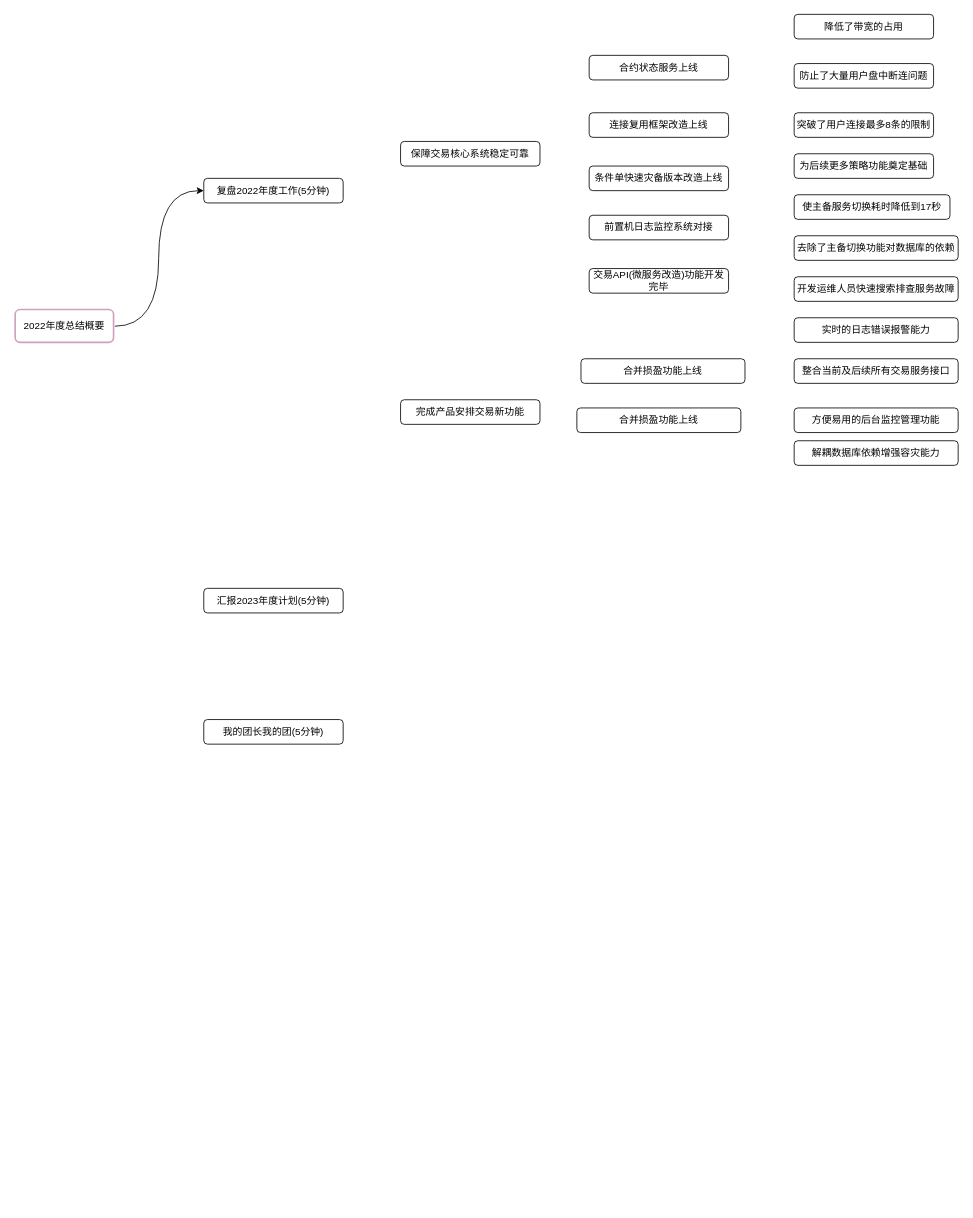
Before: page "第 2 页" (2 of 2) of Untitled Diagram.drawio in niumuguang/niumuguang.github.io, a draw.io diagram. Source tidied: cells renumbered, new cells numbered last; positions are measured from the earlier drawing's top-left corner, leaving out a move shared by most shapes. Both pictures are drawn from the tidied source at 82%, with x=0, y=0 at pixel (15, 14).
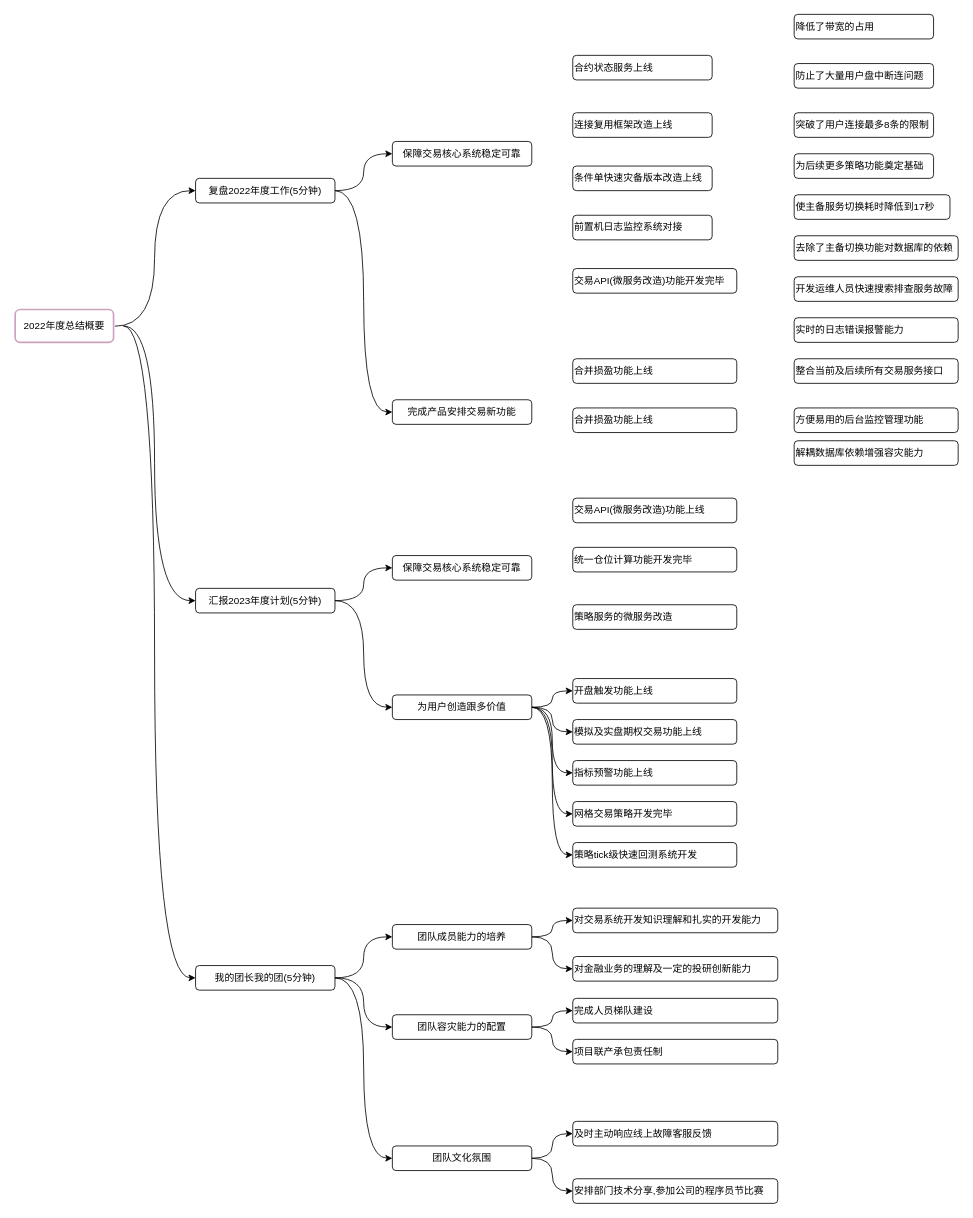
After the change.

The change refers to these unchanged cells:
```xml
<mxCell id="3" value="2022年度总结概要" style="rounded=1;whiteSpace=wrap;html=1;strokeWidth=2;strokeColor=#CDA2BE;gradientColor=none;gradientDirection=radial;glass=0;shadow=0;sketch=0;perimeterSpacing=12;" parent="1" vertex="1">
  <mxGeometry y="360" width="120" height="40" as="geometry" />
</mxCell>
```

Diff of the diagram source:
```diff
@@
+    <mxCell id="27" style="edgeStyle=orthogonalEdgeStyle;curved=1;rounded=0;jettySize=auto;html=1;entryX=0;entryY=0.5;entryDx=0;entryDy=0;fontFamily=Comic Sans MS;" parent="1" edge="1" source="3" target="5">
+      <mxGeometry relative="1" as="geometry" />
+    </mxCell>
+    <mxCell id="28" style="edgeStyle=orthogonalEdgeStyle;curved=1;rounded=0;jettySize=auto;html=1;entryX=0;entryY=0.5;entryDx=0;entryDy=0;fontFamily=Comic Sans MS;" parent="1" edge="1" source="3" target="6">
+      <mxGeometry relative="1" as="geometry" />
+    </mxCell>
@@
+    <mxCell id="29" style="edgeStyle=orthogonalEdgeStyle;curved=1;rounded=0;jettySize=auto;html=1;entryX=0;entryY=0.5;entryDx=0;entryDy=0;fontFamily=Comic Sans MS;" parent="1" edge="1" source="4" target="7">
+      <mxGeometry relative="1" as="geometry" />
+    </mxCell>
+    <mxCell id="30" style="edgeStyle=orthogonalEdgeStyle;curved=1;rounded=0;jettySize=auto;html=1;entryX=0;entryY=0.5;entryDx=0;entryDy=0;fontFamily=Comic Sans MS;" parent="1" edge="1" source="4" target="8">
+      <mxGeometry relative="1" as="geometry" />
+    </mxCell>
-    <mxCell id="4" value="复盘2022年度工作(5分钟)" style="rounded=1;whiteSpace=wrap;html=1;" parent="1" vertex="1">
-      <mxGeometry x="230" y="200" width="170" height="30" as="geometry" />
+    <mxCell id="4" value="复盘2022年度工作(5分钟)" style="rounded=1;whiteSpace=wrap;html=1;strokeColor=default;" parent="1" vertex="1">
+      <mxGeometry x="220" y="200" width="170" height="30" as="geometry" />
     </mxCell>
+    <mxCell id="31" style="edgeStyle=orthogonalEdgeStyle;curved=1;rounded=0;jettySize=auto;html=1;entryX=0;entryY=0.5;entryDx=0;entryDy=0;fontFamily=Comic Sans MS;" parent="1" edge="1" source="5" target="36">
+      <mxGeometry relative="1" as="geometry" />
+    </mxCell>
+    <mxCell id="32" style="edgeStyle=orthogonalEdgeStyle;curved=1;rounded=0;jettySize=auto;html=1;entryX=0;entryY=0.5;entryDx=0;entryDy=0;fontFamily=Comic Sans MS;" parent="1" edge="1" source="5" target="42">
+      <mxGeometry relative="1" as="geometry" />
+    </mxCell>
-    <mxCell id="5" value="汇报2023年度计划(5分钟)" style="rounded=1;whiteSpace=wrap;html=1;" parent="1" vertex="1">
-      <mxGeometry x="230" y="700" width="170" height="30" as="geometry" />
+    <mxCell id="5" value="汇报2023年度计划(5分钟)" style="rounded=1;whiteSpace=wrap;html=1;strokeColor=default;" parent="1" vertex="1">
+      <mxGeometry x="220" y="700" width="170" height="30" as="geometry" />
     </mxCell>
+    <mxCell id="33" style="edgeStyle=orthogonalEdgeStyle;curved=1;rounded=0;jettySize=auto;html=1;entryX=0;entryY=0.5;entryDx=0;entryDy=0;fontFamily=Comic Sans MS;" parent="1" edge="1" source="6" target="53">
+      <mxGeometry relative="1" as="geometry" />
+    </mxCell>
+    <mxCell id="34" style="edgeStyle=orthogonalEdgeStyle;curved=1;rounded=0;jettySize=auto;html=1;entryX=0;entryY=0.5;entryDx=0;entryDy=0;fontFamily=Comic Sans MS;" parent="1" edge="1" source="6" target="56">
+      <mxGeometry relative="1" as="geometry" />
+    </mxCell>
+    <mxCell id="35" style="edgeStyle=orthogonalEdgeStyle;curved=1;rounded=0;jettySize=auto;html=1;entryX=0;entryY=0.5;entryDx=0;entryDy=0;fontFamily=Comic Sans MS;" parent="1" edge="1" source="6" target="59">
+      <mxGeometry relative="1" as="geometry" />
+    </mxCell>
-    <mxCell id="6" value="我的团长我的团(5分钟)" style="rounded=1;whiteSpace=wrap;html=1;" parent="1" vertex="1">
-      <mxGeometry x="230" y="860" width="170" height="30" as="geometry" />
+    <mxCell id="6" value="我的团长我的团(5分钟)" style="rounded=1;whiteSpace=wrap;html=1;strokeColor=default;" parent="1" vertex="1">
+      <mxGeometry x="220" y="1160" width="170" height="30" as="geometry" />
     </mxCell>
-    <mxCell id="7" value="保障交易核心系统稳定可靠" style="rounded=1;whiteSpace=wrap;html=1;" parent="1" vertex="1">
-      <mxGeometry x="470" y="155" width="170" height="30" as="geometry" />
+    <mxCell id="7" value="保障交易核心系统稳定可靠" style="rounded=1;whiteSpace=wrap;html=1;strokeColor=default;" parent="1" vertex="1">
+      <mxGeometry x="460" y="155" width="170" height="30" as="geometry" />
     </mxCell>
-    <mxCell id="8" value="完成产品安排交易新功能" style="rounded=1;whiteSpace=wrap;html=1;" parent="1" vertex="1">
-      <mxGeometry x="470" y="470" width="170" height="30" as="geometry" />
+    <mxCell id="8" value="完成产品安排交易新功能" style="rounded=1;whiteSpace=wrap;html=1;strokeColor=default;" parent="1" vertex="1">
+      <mxGeometry x="460" y="470" width="170" height="30" as="geometry" />
     </mxCell>
-    <mxCell id="9" value="合约状态服务上线" style="rounded=1;whiteSpace=wrap;html=1;" parent="1" vertex="1">
-      <mxGeometry x="700" y="50" width="170" height="30" as="geometry" />
+    <mxCell id="9" value="合约状态服务上线" style="rounded=1;whiteSpace=wrap;html=1;align=left;strokeColor=default;" parent="1" vertex="1">
+      <mxGeometry x="680" y="50" width="170" height="30" as="geometry" />
     </mxCell>
-    <mxCell id="10" value="连接复用框架改造上线" style="rounded=1;whiteSpace=wrap;html=1;" parent="1" vertex="1">
-      <mxGeometry x="700" y="120" width="170" height="30" as="geometry" />
+    <mxCell id="10" value="连接复用框架改造上线" style="rounded=1;whiteSpace=wrap;html=1;align=left;strokeColor=default;" parent="1" vertex="1">
+      <mxGeometry x="680" y="120" width="170" height="30" as="geometry" />
     </mxCell>
-    <mxCell id="11" value="条件单快速灾备版本改造上线" style="rounded=1;whiteSpace=wrap;html=1;" parent="1" vertex="1">
-      <mxGeometry x="700" y="185" width="170" height="30" as="geometry" />
+    <mxCell id="11" value="条件单快速灾备版本改造上线" style="rounded=1;whiteSpace=wrap;html=1;align=left;strokeColor=default;" parent="1" vertex="1">
+      <mxGeometry x="680" y="185" width="170" height="30" as="geometry" />
     </mxCell>
-    <mxCell id="12" value="前置机日志监控系统对接" style="rounded=1;whiteSpace=wrap;html=1;" parent="1" vertex="1">
-      <mxGeometry x="700" y="245" width="170" height="30" as="geometry" />
+    <mxCell id="12" value="前置机日志监控系统对接" style="rounded=1;whiteSpace=wrap;html=1;align=left;strokeColor=default;" parent="1" vertex="1">
+      <mxGeometry x="680" y="245" width="170" height="30" as="geometry" />
     </mxCell>
-    <mxCell id="13" value="交易API(微服务改造)功能开发完毕" style="rounded=1;whiteSpace=wrap;html=1;" parent="1" vertex="1">
-      <mxGeometry x="700" y="310" width="170" height="30" as="geometry" />
+    <mxCell id="13" value="交易API(微服务改造)功能开发完毕" style="rounded=1;whiteSpace=wrap;html=1;align=left;strokeColor=default;" parent="1" vertex="1">
+      <mxGeometry x="680" y="310" width="200" height="30" as="geometry" />
     </mxCell>
-    <mxCell id="14" value="降低了带宽的占用" style="rounded=1;whiteSpace=wrap;html=1;" parent="1" vertex="1">
+    <mxCell id="14" value="降低了带宽的占用" style="rounded=1;whiteSpace=wrap;html=1;align=left;strokeColor=default;" parent="1" vertex="1">
       <mxGeometry x="950" width="170" height="30" as="geometry" />
     </mxCell>
-    <mxCell id="15" value="防止了大量用户盘中断连问题" style="rounded=1;whiteSpace=wrap;html=1;" parent="1" vertex="1">
+    <mxCell id="15" value="防止了大量用户盘中断连问题" style="rounded=1;whiteSpace=wrap;html=1;align=left;strokeColor=default;" parent="1" vertex="1">
       <mxGeometry x="950" y="60" width="170" height="30" as="geometry" />
     </mxCell>
-    <mxCell id="16" value="突破了用户连接最多8条的限制" style="rounded=1;whiteSpace=wrap;html=1;" parent="1" vertex="1">
+    <mxCell id="16" value="突破了用户连接最多8条的限制" style="rounded=1;whiteSpace=wrap;html=1;align=left;strokeColor=default;" parent="1" vertex="1">
       <mxGeometry x="950" y="120" width="170" height="30" as="geometry" />
     </mxCell>
-    <mxCell id="17" value="为后续更多策略功能奠定基础" style="rounded=1;whiteSpace=wrap;html=1;" parent="1" vertex="1">
+    <mxCell id="17" value="为后续更多策略功能奠定基础" style="rounded=1;whiteSpace=wrap;html=1;align=left;strokeColor=default;" parent="1" vertex="1">
       <mxGeometry x="950" y="170" width="170" height="30" as="geometry" />
     </mxCell>
-    <mxCell id="18" value="使主备服务切换耗时降低到17秒" style="rounded=1;whiteSpace=wrap;html=1;" parent="1" vertex="1">
+    <mxCell id="18" value="使主备服务切换耗时降低到17秒" style="rounded=1;whiteSpace=wrap;html=1;align=left;strokeColor=default;" parent="1" vertex="1">
       <mxGeometry x="950" y="220" width="190" height="30" as="geometry" />
     </mxCell>
-    <mxCell id="19" value="去除了主备切换功能对数据库的依赖" style="rounded=1;whiteSpace=wrap;html=1;" parent="1" vertex="1">
+    <mxCell id="19" value="去除了主备切换功能对数据库的依赖" style="rounded=1;whiteSpace=wrap;html=1;align=left;strokeColor=default;" parent="1" vertex="1">
       <mxGeometry x="950" y="270" width="200" height="30" as="geometry" />
     </mxCell>
-    <mxCell id="20" value="开发运维人员快速搜索排查服务故障" style="rounded=1;whiteSpace=wrap;html=1;" parent="1" vertex="1">
+    <mxCell id="20" value="开发运维人员快速搜索排查服务故障" style="rounded=1;whiteSpace=wrap;html=1;align=left;strokeColor=default;" parent="1" vertex="1">
       <mxGeometry x="950" y="320" width="200" height="30" as="geometry" />
     </mxCell>
-    <mxCell id="21" value="实时的日志错误报警能力" style="rounded=1;whiteSpace=wrap;html=1;" parent="1" vertex="1">
+    <mxCell id="21" value="实时的日志错误报警能力" style="rounded=1;whiteSpace=wrap;html=1;align=left;strokeColor=default;" parent="1" vertex="1">
       <mxGeometry x="950" y="370" width="200" height="30" as="geometry" />
     </mxCell>
-    <mxCell id="22" value="整合当前及后续所有交易服务接口" style="rounded=1;whiteSpace=wrap;html=1;" parent="1" vertex="1">
+    <mxCell id="22" value="整合当前及后续所有交易服务接口" style="rounded=1;whiteSpace=wrap;html=1;align=left;strokeColor=default;" parent="1" vertex="1">
       <mxGeometry x="950" y="420" width="200" height="30" as="geometry" />
     </mxCell>
-    <mxCell id="23" value="方便易用的后台监控管理功能" style="rounded=1;whiteSpace=wrap;html=1;" parent="1" vertex="1">
+    <mxCell id="23" value="方便易用的后台监控管理功能" style="rounded=1;whiteSpace=wrap;html=1;align=left;strokeColor=default;" parent="1" vertex="1">
       <mxGeometry x="950" y="480" width="200" height="30" as="geometry" />
     </mxCell>
-    <mxCell id="24" value="解耦数据库依赖增强容灾能力" style="rounded=1;whiteSpace=wrap;html=1;" parent="1" vertex="1">
+    <mxCell id="24" value="解耦数据库依赖增强容灾能力" style="rounded=1;whiteSpace=wrap;html=1;align=left;strokeColor=default;" parent="1" vertex="1">
       <mxGeometry x="950" y="520" width="200" height="30" as="geometry" />
     </mxCell>
-    <mxCell id="25" value="合并损盈功能上线" style="rounded=1;whiteSpace=wrap;html=1;" parent="1" vertex="1">
-      <mxGeometry x="690" y="420" width="200" height="30" as="geometry" />
+    <mxCell id="25" value="合并损盈功能上线" style="rounded=1;whiteSpace=wrap;html=1;align=left;strokeColor=default;" parent="1" vertex="1">
+      <mxGeometry x="680" y="420" width="200" height="30" as="geometry" />
     </mxCell>
-    <mxCell id="26" value="合并损盈功能上线" style="rounded=1;whiteSpace=wrap;html=1;" parent="1" vertex="1">
-      <mxGeometry x="685" y="480" width="200" height="30" as="geometry" />
+    <mxCell id="26" value="合并损盈功能上线" style="rounded=1;whiteSpace=wrap;html=1;align=left;strokeColor=default;" parent="1" vertex="1">
+      <mxGeometry x="680" y="480" width="200" height="30" as="geometry" />
     </mxCell>
+    <mxCell id="36" value="保障交易核心系统稳定可靠" style="rounded=1;whiteSpace=wrap;html=1;strokeColor=default;" parent="1" vertex="1">
+      <mxGeometry x="460" y="660" width="170" height="30" as="geometry" />
+    </mxCell>
+    <mxCell id="37" style="edgeStyle=orthogonalEdgeStyle;curved=1;rounded=0;jettySize=auto;html=1;entryX=0;entryY=0.5;entryDx=0;entryDy=0;fontFamily=Comic Sans MS;" parent="1" edge="1" source="42" target="46">
+      <mxGeometry relative="1" as="geometry" />
+    </mxCell>
+    <mxCell id="38" style="edgeStyle=orthogonalEdgeStyle;curved=1;rounded=0;jettySize=auto;html=1;entryX=0;entryY=0.5;entryDx=0;entryDy=0;fontFamily=Comic Sans MS;" parent="1" edge="1" source="42" target="47">
+      <mxGeometry relative="1" as="geometry" />
+    </mxCell>
+    <mxCell id="39" style="edgeStyle=orthogonalEdgeStyle;curved=1;rounded=0;jettySize=auto;html=1;entryX=0;entryY=0.5;entryDx=0;entryDy=0;fontFamily=Comic Sans MS;" parent="1" edge="1" source="42" target="48">
+      <mxGeometry relative="1" as="geometry" />
+    </mxCell>
+    <mxCell id="40" style="edgeStyle=orthogonalEdgeStyle;curved=1;rounded=0;jettySize=auto;html=1;entryX=0;entryY=0.5;entryDx=0;entryDy=0;fontFamily=Comic Sans MS;" parent="1" edge="1" source="42" target="49">
+      <mxGeometry relative="1" as="geometry" />
+    </mxCell>
+    <mxCell id="41" style="edgeStyle=orthogonalEdgeStyle;curved=1;rounded=0;jettySize=auto;html=1;entryX=0;entryY=0.5;entryDx=0;entryDy=0;fontFamily=Comic Sans MS;" parent="1" edge="1" source="42" target="50">
+      <mxGeometry relative="1" as="geometry" />
+    </mxCell>
+    <mxCell id="42" value="为用户创造跟多价值" style="rounded=1;whiteSpace=wrap;html=1;strokeColor=default;" parent="1" vertex="1">
+      <mxGeometry x="460" y="830" width="170" height="30" as="geometry" />
+    </mxCell>
+    <mxCell id="43" value="交易API(微服务改造)功能上线" style="rounded=1;whiteSpace=wrap;html=1;align=left;strokeColor=default;" parent="1" vertex="1">
+      <mxGeometry x="680" y="590" width="200" height="30" as="geometry" />
+    </mxCell>
+    <mxCell id="44" value="统一仓位计算功能开发完毕" style="rounded=1;whiteSpace=wrap;html=1;align=left;strokeColor=default;" parent="1" vertex="1">
+      <mxGeometry x="680" y="650" width="200" height="30" as="geometry" />
+    </mxCell>
+    <mxCell id="45" value="策略服务的微服务改造" style="rounded=1;whiteSpace=wrap;html=1;align=left;strokeColor=default;" parent="1" vertex="1">
+      <mxGeometry x="680" y="720" width="200" height="30" as="geometry" />
+    </mxCell>
+    <mxCell id="46" value="开盘触发功能上线" style="rounded=1;whiteSpace=wrap;html=1;align=left;strokeColor=default;" parent="1" vertex="1">
+      <mxGeometry x="680" y="810" width="200" height="30" as="geometry" />
+    </mxCell>
+    <mxCell id="47" value="模拟及实盘期权交易功能上线" style="rounded=1;whiteSpace=wrap;html=1;align=left;strokeColor=default;" parent="1" vertex="1">
+      <mxGeometry x="680" y="860" width="200" height="30" as="geometry" />
+    </mxCell>
+    <mxCell id="48" value="指标预警功能上线" style="rounded=1;whiteSpace=wrap;html=1;align=left;strokeColor=default;" parent="1" vertex="1">
+      <mxGeometry x="680" y="910" width="200" height="30" as="geometry" />
+    </mxCell>
+    <mxCell id="49" value="网格交易策略开发完毕" style="rounded=1;whiteSpace=wrap;html=1;align=left;strokeColor=default;" parent="1" vertex="1">
+      <mxGeometry x="680" y="960" width="200" height="30" as="geometry" />
+    </mxCell>
+    <mxCell id="50" value="策略tick级快速回测系统开发" style="rounded=1;whiteSpace=wrap;html=1;align=left;strokeColor=default;" parent="1" vertex="1">
+      <mxGeometry x="680" y="1010" width="200" height="30" as="geometry" />
+    </mxCell>
+    <mxCell id="51" style="edgeStyle=orthogonalEdgeStyle;curved=1;rounded=0;jettySize=auto;html=1;entryX=0;entryY=0.5;entryDx=0;entryDy=0;fontFamily=Comic Sans MS;" parent="1" edge="1" source="53" target="60">
+      <mxGeometry relative="1" as="geometry" />
+    </mxCell>
+    <mxCell id="52" style="edgeStyle=orthogonalEdgeStyle;curved=1;rounded=0;jettySize=auto;html=1;entryX=0;entryY=0.5;entryDx=0;entryDy=0;fontFamily=Comic Sans MS;" parent="1" edge="1" source="53" target="61">
+      <mxGeometry relative="1" as="geometry" />
+    </mxCell>
+    <mxCell id="53" value="团队成员能力的培养" style="rounded=1;whiteSpace=wrap;html=1;strokeColor=default;" parent="1" vertex="1">
+      <mxGeometry x="460" y="1110" width="170" height="30" as="geometry" />
+    </mxCell>
+    <mxCell id="54" style="edgeStyle=orthogonalEdgeStyle;curved=1;rounded=0;jettySize=auto;html=1;entryX=0;entryY=0.5;entryDx=0;entryDy=0;fontFamily=Comic Sans MS;" parent="1" edge="1" source="56" target="62">
+      <mxGeometry relative="1" as="geometry" />
+    </mxCell>
+    <mxCell id="55" style="edgeStyle=orthogonalEdgeStyle;curved=1;rounded=0;jettySize=auto;html=1;entryX=0;entryY=0.5;entryDx=0;entryDy=0;fontFamily=Comic Sans MS;" parent="1" edge="1" source="56" target="63">
+      <mxGeometry relative="1" as="geometry" />
+    </mxCell>
+    <mxCell id="56" value="团队容灾能力的配置" style="rounded=1;whiteSpace=wrap;html=1;strokeColor=default;" parent="1" vertex="1">
+      <mxGeometry x="460" y="1220" width="170" height="30" as="geometry" />
+    </mxCell>
+    <mxCell id="57" style="edgeStyle=orthogonalEdgeStyle;curved=1;rounded=0;jettySize=auto;html=1;entryX=0;entryY=0.5;entryDx=0;entryDy=0;fontFamily=Comic Sans MS;" parent="1" edge="1" source="59" target="64">
+      <mxGeometry relative="1" as="geometry" />
+    </mxCell>
+    <mxCell id="58" style="edgeStyle=orthogonalEdgeStyle;curved=1;rounded=0;jettySize=auto;html=1;entryX=0;entryY=0.5;entryDx=0;entryDy=0;fontFamily=Comic Sans MS;" parent="1" edge="1" source="59" target="65">
+      <mxGeometry relative="1" as="geometry" />
+    </mxCell>
+    <mxCell id="59" value="团队文化氛围" style="rounded=1;whiteSpace=wrap;html=1;strokeColor=default;" parent="1" vertex="1">
+      <mxGeometry x="460" y="1380" width="170" height="30" as="geometry" />
+    </mxCell>
+    <mxCell id="60" value="对交易系统开发知识理解和扎实的开发能力" style="rounded=1;whiteSpace=wrap;html=1;align=left;strokeColor=default;" parent="1" vertex="1">
+      <mxGeometry x="680" y="1090" width="250" height="30" as="geometry" />
+    </mxCell>
+    <mxCell id="61" value="对金融业务的理解及一定的投研创新能力" style="rounded=1;whiteSpace=wrap;html=1;align=left;strokeColor=default;" parent="1" vertex="1">
+      <mxGeometry x="680" y="1149" width="250" height="30" as="geometry" />
+    </mxCell>
+    <mxCell id="62" value="完成人员梯队建设" style="rounded=1;whiteSpace=wrap;html=1;align=left;strokeColor=default;" parent="1" vertex="1">
+      <mxGeometry x="680" y="1200" width="250" height="30" as="geometry" />
+    </mxCell>
+    <mxCell id="63" value="项目联产承包责任制" style="rounded=1;whiteSpace=wrap;html=1;align=left;strokeColor=default;" parent="1" vertex="1">
+      <mxGeometry x="680" y="1250" width="250" height="30" as="geometry" />
+    </mxCell>
+    <mxCell id="64" value="及时主动响应线上故障客服反馈" style="rounded=1;whiteSpace=wrap;html=1;align=left;strokeColor=default;" parent="1" vertex="1">
+      <mxGeometry x="680" y="1350" width="250" height="30" as="geometry" />
+    </mxCell>
+    <mxCell id="65" value="安排部门技术分享,参加公司的程序员节比赛" style="rounded=1;whiteSpace=wrap;html=1;align=left;strokeColor=default;" parent="1" vertex="1">
+      <mxGeometry x="680" y="1420" width="250" height="30" as="geometry" />
+    </mxCell>
```
